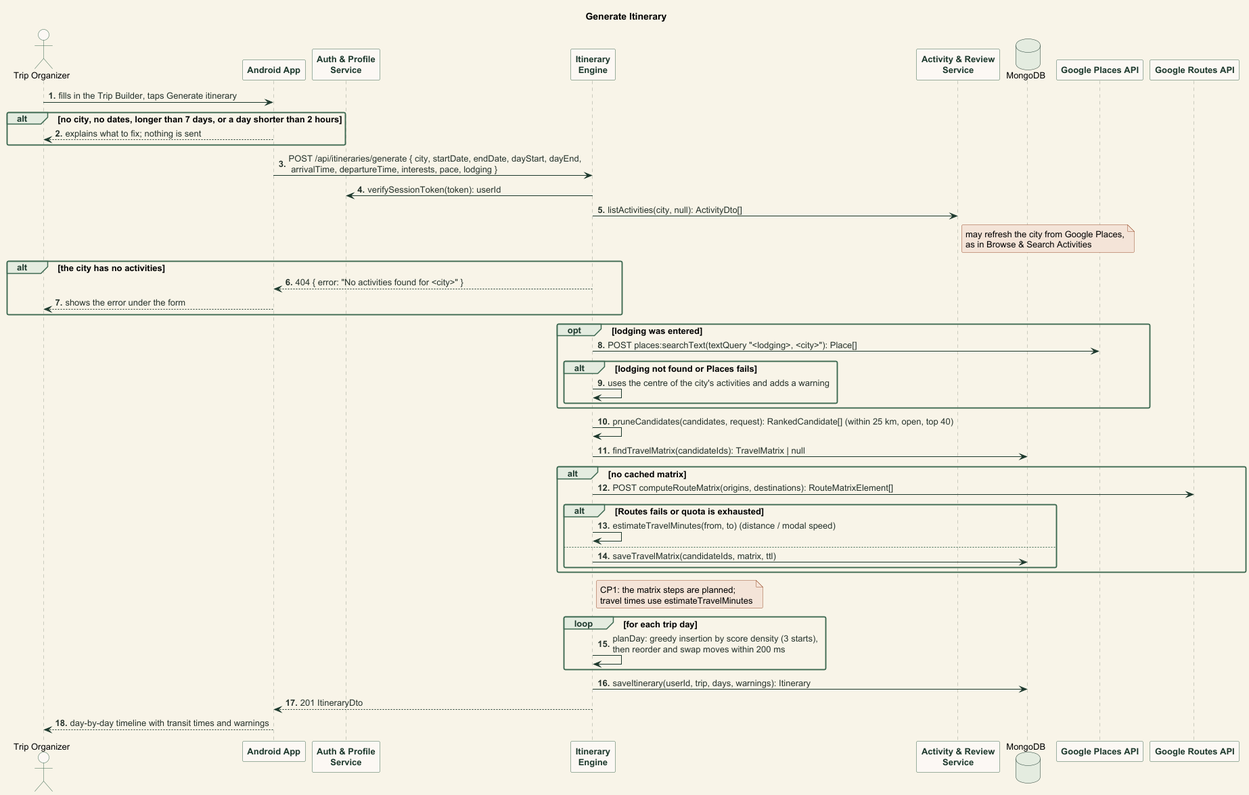
The PlantUML diagram documentation/images/seq_generate_itinerary.png in abhiverma13/TimeTravel, before a commit. Its diagram source:
```plantuml
@startuml seq_generate_itinerary
!include style.iuml
title Generate Itinerary

actor "Trip Organizer" as Organizer
participant "Android App" as App
participant "Auth & Profile\nService" as Auth
participant "Itinerary\nEngine" as Engine
participant "Activity & Review\nService" as Activities
database MongoDB
participant "Google Places API" as Places
participant "Google Routes API" as Routes

Organizer -> App : fills in the Trip Builder, taps Generate itinerary
alt no city, no dates, longer than 7 days, or a day shorter than 2 hours
  App --> Organizer : explains what to fix; nothing is sent
end
App -> Engine : POST /api/itineraries/generate { city, startDate, endDate, dayStart, dayEnd,\n arrivalTime, departureTime, interests, pace, lodging }
Engine -> Auth : verifySessionToken(token): userId
Engine -> Activities : listActivities(city, null): ActivityDto[]
note right of Activities : may refresh the city from Google Places,\nas in Browse & Search Activities
alt the city has no activities
  Engine --> App : 404 { error: "No activities found for <city>" }
  App --> Organizer : shows the error under the form
end
opt lodging was entered
  Engine -> Places : POST places:searchText(textQuery "<lodging>, <city>"): Place[]
  alt lodging not found or Places fails
    Engine -> Engine : uses the centre of the city's activities and adds a warning
  end
end
Engine -> Engine : pruneCandidates(candidates, request): RankedCandidate[] (within 25 km, open, top 40)
Engine -> MongoDB : findTravelMatrix(candidateIds): TravelMatrix | null
alt no cached matrix
  Engine -> Routes : POST computeRouteMatrix(origins, destinations): RouteMatrixElement[]
  alt Routes fails or quota is exhausted
    Engine -> Engine : estimateTravelMinutes(from, to) (distance / modal speed)
  else
    Engine -> MongoDB : saveTravelMatrix(candidateIds, matrix, ttl)
  end
end
note right of Engine : CP1: the matrix steps are planned;\ntravel times use estimateTravelMinutes
loop for each trip day
  Engine -> Engine : planDay: greedy insertion by score density (3 starts),\nthen reorder and swap moves within 200 ms
end
Engine -> MongoDB : saveItinerary(userId, trip, days, warnings): Itinerary
Engine --> App : 201 ItineraryDto
App --> Organizer : day-by-day timeline with transit times and warnings
@enduml
```
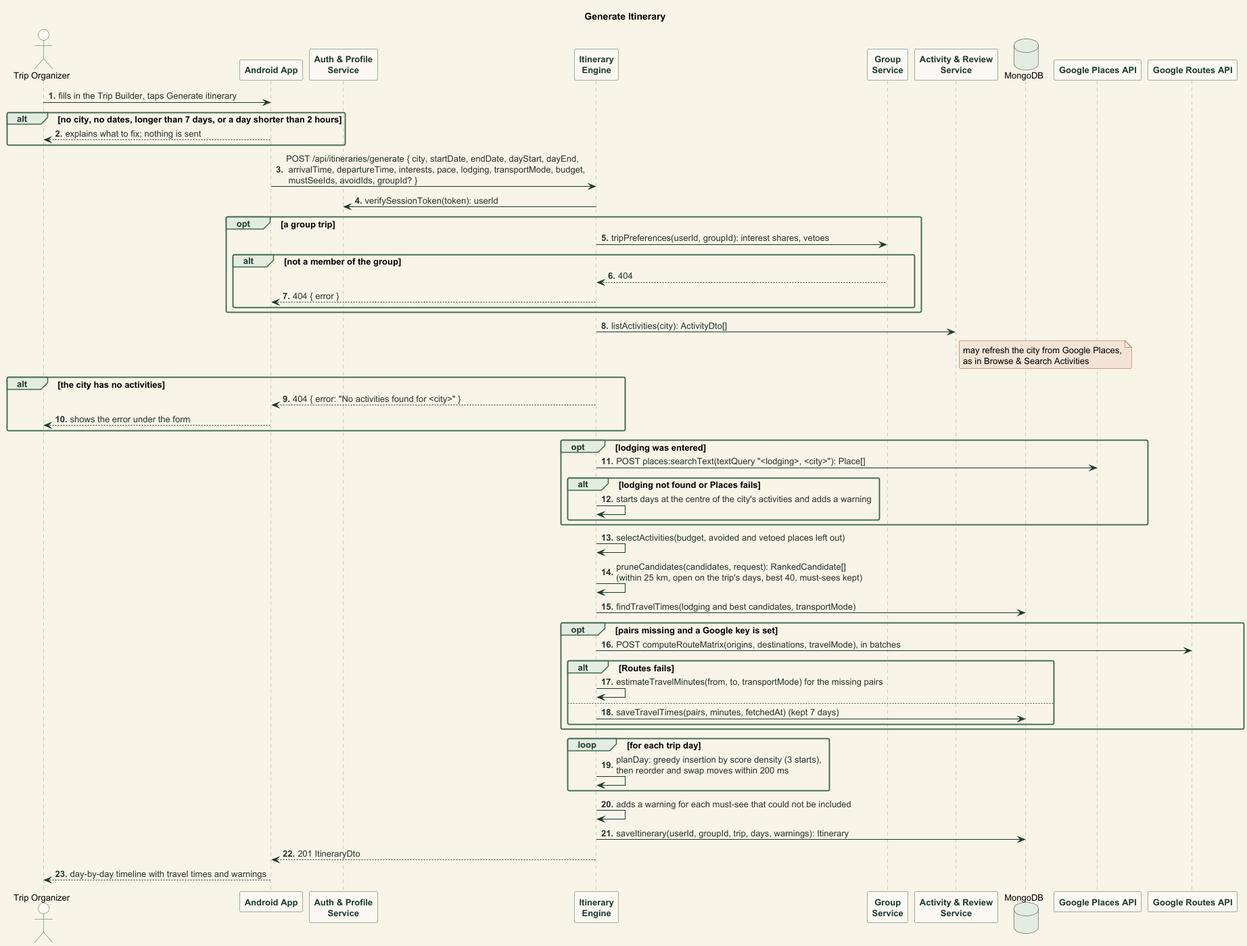
After the commit.

Change to the diagram source:
```diff
@@ -6,6 +6,7 @@
 participant "Android App" as App
 participant "Auth & Profile\nService" as Auth
 participant "Itinerary\nEngine" as Engine
+participant "Group\nService" as Groups
 participant "Activity & Review\nService" as Activities
 database MongoDB
 participant "Google Places API" as Places
@@ -15,9 +16,16 @@
 alt no city, no dates, longer than 7 days, or a day shorter than 2 hours
   App --> Organizer : explains what to fix; nothing is sent
 end
-App -> Engine : POST /api/itineraries/generate { city, startDate, endDate, dayStart, dayEnd,\n arrivalTime, departureTime, interests, pace, lodging }
+App -> Engine : POST /api/itineraries/generate { city, startDate, endDate, dayStart, dayEnd,\n arrivalTime, departureTime, interests, pace, lodging, transportMode, budget,\n mustSeeIds, avoidIds, groupId? }
 Engine -> Auth : verifySessionToken(token): userId
-Engine -> Activities : listActivities(city, null): ActivityDto[]
+opt a group trip
+  Engine -> Groups : tripPreferences(userId, groupId): interest shares, vetoes
+  alt not a member of the group
+    Groups --> Engine : 404
+    Engine --> App : 404 { error }
+  end
+end
+Engine -> Activities : listActivities(city): ActivityDto[]
 note right of Activities : may refresh the city from Google Places,\nas in Browse & Search Activities
 alt the city has no activities
   Engine --> App : 404 { error: "No activities found for <city>" }
@@ -26,24 +34,25 @@
 opt lodging was entered
   Engine -> Places : POST places:searchText(textQuery "<lodging>, <city>"): Place[]
   alt lodging not found or Places fails
-    Engine -> Engine : uses the centre of the city's activities and adds a warning
+    Engine -> Engine : starts days at the centre of the city's activities and adds a warning
   end
 end
-Engine -> Engine : pruneCandidates(candidates, request): RankedCandidate[] (within 25 km, open, top 40)
-Engine -> MongoDB : findTravelMatrix(candidateIds): TravelMatrix | null
-alt no cached matrix
-  Engine -> Routes : POST computeRouteMatrix(origins, destinations): RouteMatrixElement[]
-  alt Routes fails or quota is exhausted
-    Engine -> Engine : estimateTravelMinutes(from, to) (distance / modal speed)
+Engine -> Engine : selectActivities(budget, avoided and vetoed places left out)
+Engine -> Engine : pruneCandidates(candidates, request): RankedCandidate[]\n(within 25 km, open on the trip's days, best 40, must-sees kept)
+Engine -> MongoDB : findTravelTimes(lodging and best candidates, transportMode)
+opt pairs missing and a Google key is set
+  Engine -> Routes : POST computeRouteMatrix(origins, destinations, travelMode), in batches
+  alt Routes fails
+    Engine -> Engine : estimateTravelMinutes(from, to, transportMode) for the missing pairs
   else
-    Engine -> MongoDB : saveTravelMatrix(candidateIds, matrix, ttl)
+    Engine -> MongoDB : saveTravelTimes(pairs, minutes, fetchedAt) (kept 7 days)
   end
 end
-note right of Engine : CP1: the matrix steps are planned;\ntravel times use estimateTravelMinutes
 loop for each trip day
   Engine -> Engine : planDay: greedy insertion by score density (3 starts),\nthen reorder and swap moves within 200 ms
 end
-Engine -> MongoDB : saveItinerary(userId, trip, days, warnings): Itinerary
+Engine -> Engine : adds a warning for each must-see that could not be included
+Engine -> MongoDB : saveItinerary(userId, groupId, trip, days, warnings): Itinerary
 Engine --> App : 201 ItineraryDto
-App --> Organizer : day-by-day timeline with transit times and warnings
+App --> Organizer : day-by-day timeline with travel times and warnings
 @enduml
```
